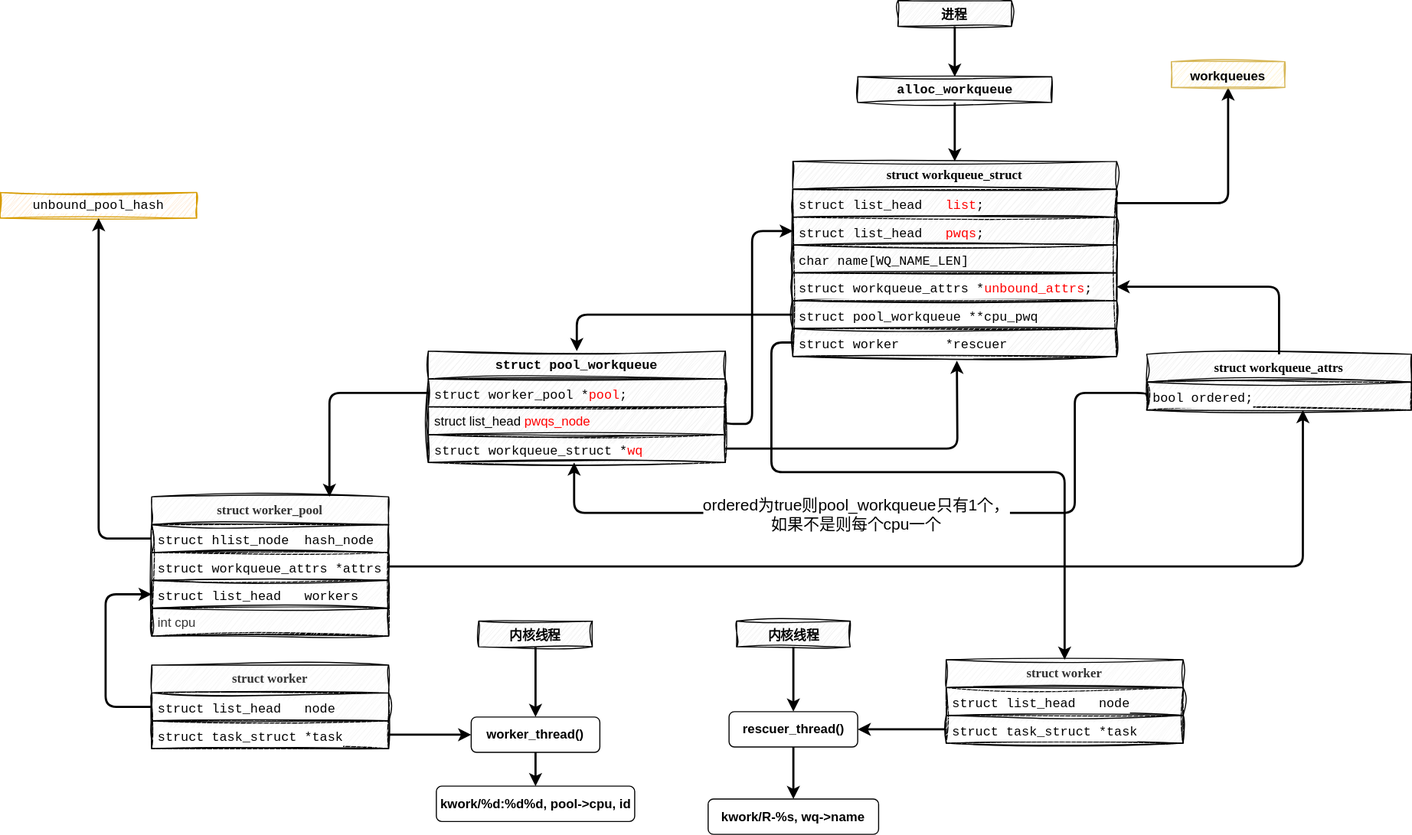
Above: source/images/Workqueue/Workqueue创建流程.drawio.svg in ray-jk-hong/ray-jk-hong.github.io (draw.io), before the change. Source tidied: cells renumbered, new cells last; positions are measured from the earlier drawing's top-left corner, leaving out a move shared by most shapes.
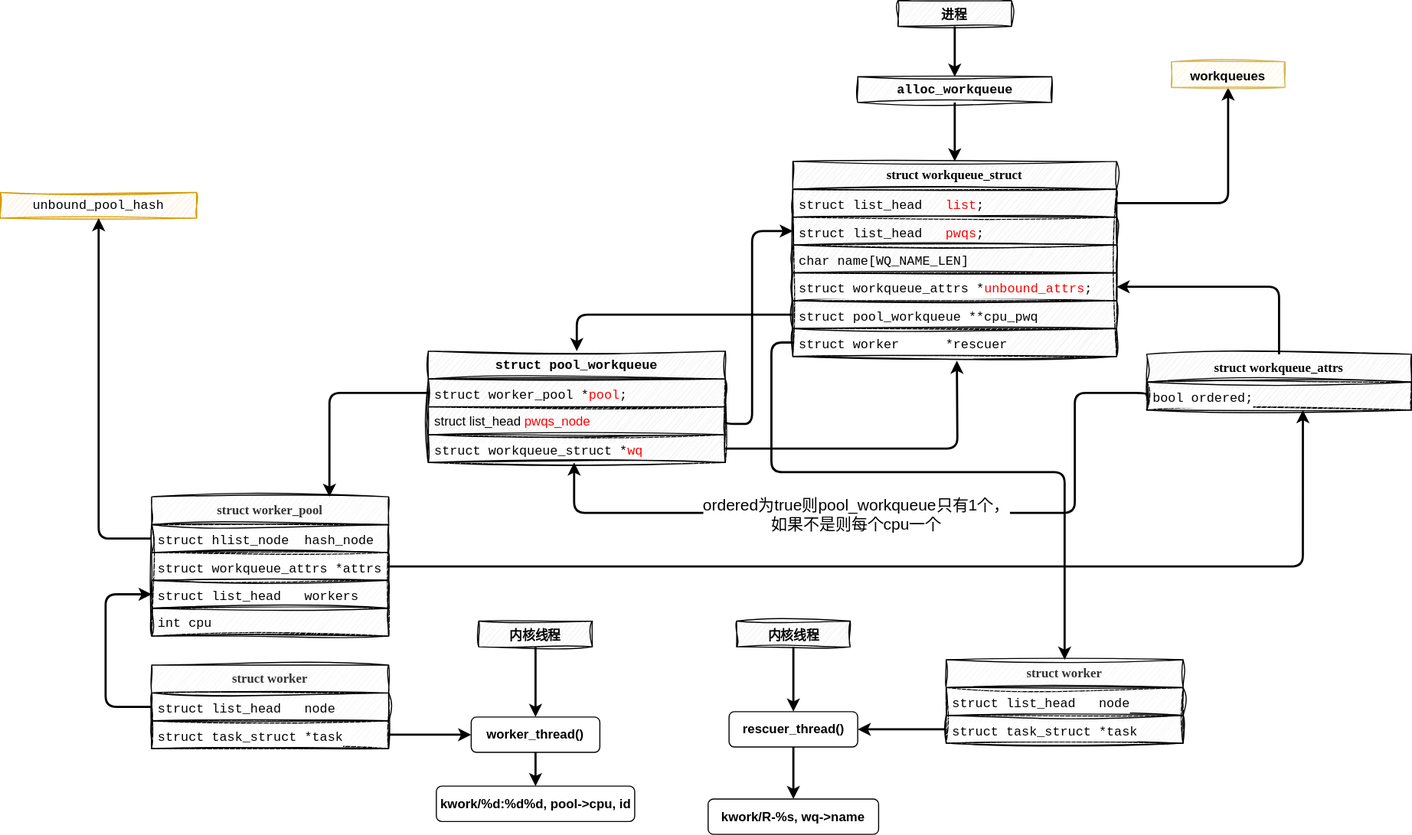
Later version of the same file.

Diff of the diagram source:
```diff
@@ -74,7 +74,7 @@
     <mxCell id="25" value="&lt;div style=&quot;font-family: Menlo, Monaco, &amp;quot;Courier New&amp;quot;, monospace; line-height: 18px; white-space: pre;&quot;&gt;&lt;span style=&quot;background-color: rgb(255, 255, 255);&quot;&gt;&lt;font color=&quot;#000000&quot;&gt;struct list_head   workers&lt;/font&gt;&lt;/span&gt;&lt;/div&gt;" style="text;strokeColor=#000000;fillColor=#f5f5f5;align=left;verticalAlign=top;spacingLeft=4;spacingRight=4;overflow=hidden;points=[[0,0.5],[1,0.5]];portConstraint=eastwest;whiteSpace=wrap;html=1;labelBackgroundColor=default;fontColor=#333333;sketch=1;curveFitting=1;jiggle=2;" parent="22" vertex="1">
       <mxGeometry y="78" width="221" height="26" as="geometry" />
     </mxCell>
-    <mxCell id="26" value="int cpu" style="text;strokeColor=#000000;fillColor=#f5f5f5;align=left;verticalAlign=top;spacingLeft=4;spacingRight=4;overflow=hidden;whiteSpace=wrap;html=1;labelBackgroundColor=default;fontColor=#333333;sketch=1;curveFitting=1;jiggle=2;" parent="22" vertex="1">
+    <mxCell id="26" value="&lt;span style=&quot;color: rgb(0, 0, 0); font-family: Menlo, Monaco, &amp;quot;Courier New&amp;quot;, monospace; white-space: pre;&quot;&gt;int cpu&lt;/span&gt;" style="text;strokeColor=#000000;fillColor=#f5f5f5;align=left;verticalAlign=top;spacingLeft=4;spacingRight=4;overflow=hidden;whiteSpace=wrap;html=1;labelBackgroundColor=default;fontColor=#333333;sketch=1;curveFitting=1;jiggle=2;" parent="22" vertex="1">
       <mxGeometry y="104" width="221" height="26" as="geometry" />
     </mxCell>
     <mxCell id="27" value="&lt;div style=&quot;font-family: Menlo, Monaco, &amp;quot;Courier New&amp;quot;, monospace; font-size: 12px; line-height: 18px; white-space: pre;&quot;&gt;&lt;span style=&quot;background-color: rgb(255, 255, 255);&quot;&gt;unbound_pool_hash&lt;/span&gt;&lt;/div&gt;" style="html=1;whiteSpace=wrap;fillColor=#ffe6cc;strokeColor=#d79b00;sketch=1;curveFitting=1;jiggle=2;fontSize=16;" parent="1" vertex="1">
```
